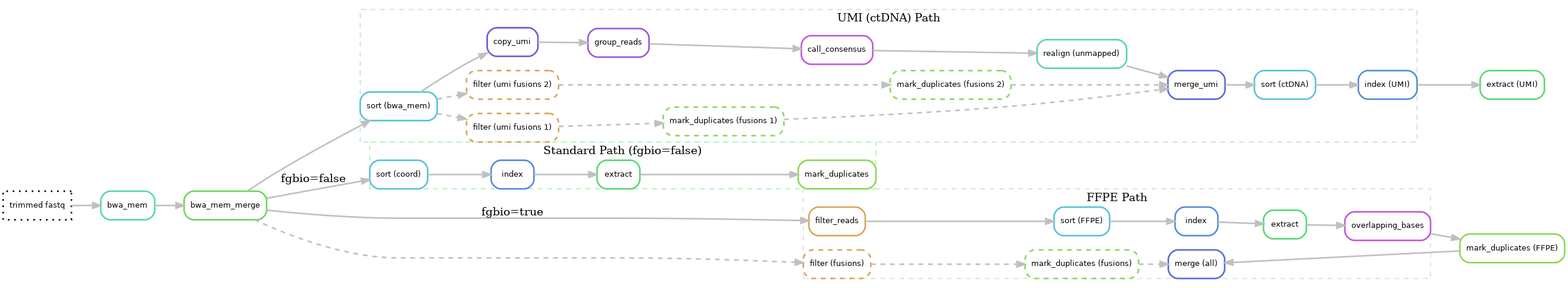
genomic-medicine-sweden/Twist_Solid keeps this Graphviz diagram as docs/images/alignment.png. Above is the earlier version. Its source is kept beside it as docs/images/alignment.dot.
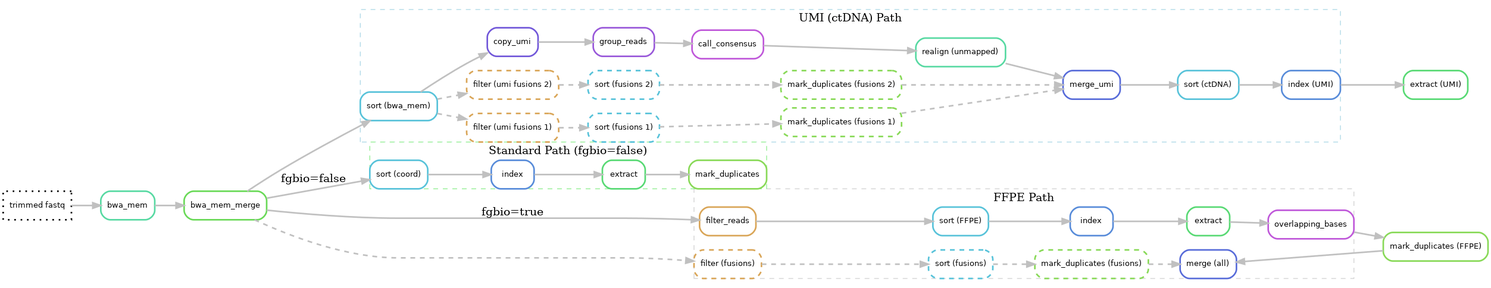
Above is the later version.

Change to the diagram source:
```diff
@@ -20,6 +20,7 @@
         f1[label = "filter_reads", color = "0.1 0.6 0.85", style="rounded"];
         f1f[label = "filter (fusions)", color = "0.1 0.6 0.85", style="rounded,dashed"];
         s1[label = "sort (FFPE)", color = "0.53 0.6 0.85", style="rounded"];
+        s1f[label = "sort (fusions)", color = "0.53 0.6 0.85", style="rounded,dashed"];
         i1[label = "index", color = "0.60 0.6 0.85", style="rounded"];
         ex1[label = "extract", color = "0.37 0.6 0.85", style="rounded"];
         o1[label = "overlapping_bases", color = "0.80 0.6 0.85", style="rounded"];
@@ -32,7 +33,8 @@
         i1 -> ex1
         ex1 -> o1
         o1 -> d1
-        f1f -> d1f [style="dashed"]
+        f1f -> s1f [style="dashed"]
+        s1f -> d1f [style="dashed"]
         d1 -> m1
         d1f -> m1 [style="dashed"]
     }
@@ -49,6 +51,8 @@
         21[label = "group_reads", color = "0.75 0.6 0.85", style="rounded"];
         22[label = "call_consensus", color = "0.80 0.6 0.85", style="rounded"];
         re_unm[label = "realign (unmapped)", color = "0.43 0.6 0.85", style="rounded"];
+        s_f1[label = "sort (fusions 1)", color = "0.53 0.6 0.85", style="rounded,dashed"];
+        s_f2[label = "sort (fusions 2)", color = "0.53 0.6 0.85", style="rounded,dashed"];
         d_f1[label = "mark_duplicates (fusions 1)", color = "0.27 0.6 0.85", style="rounded,dashed"];
         d_f2[label = "mark_duplicates (fusions 2)", color = "0.27 0.6 0.85", style="rounded,dashed"];
         m2[label = "merge_umi", color = "0.64 0.6 0.85", style="rounded"];
@@ -62,8 +66,10 @@
         20 -> 21
         21 -> 22
         22 -> re_unm
-        f2f1 -> d_f1 [style="dashed"]
-        f2f2 -> d_f2 [style="dashed"]
+        f2f1 -> s_f1 [style="dashed"]
+        f2f2 -> s_f2 [style="dashed"]
+        s_f1 -> d_f1 [style="dashed"]
+        s_f2 -> d_f2 [style="dashed"]
         d_f1 -> m2 [style="dashed"]
         d_f2 -> m2 [style="dashed"]
         re_unm -> m2
```
